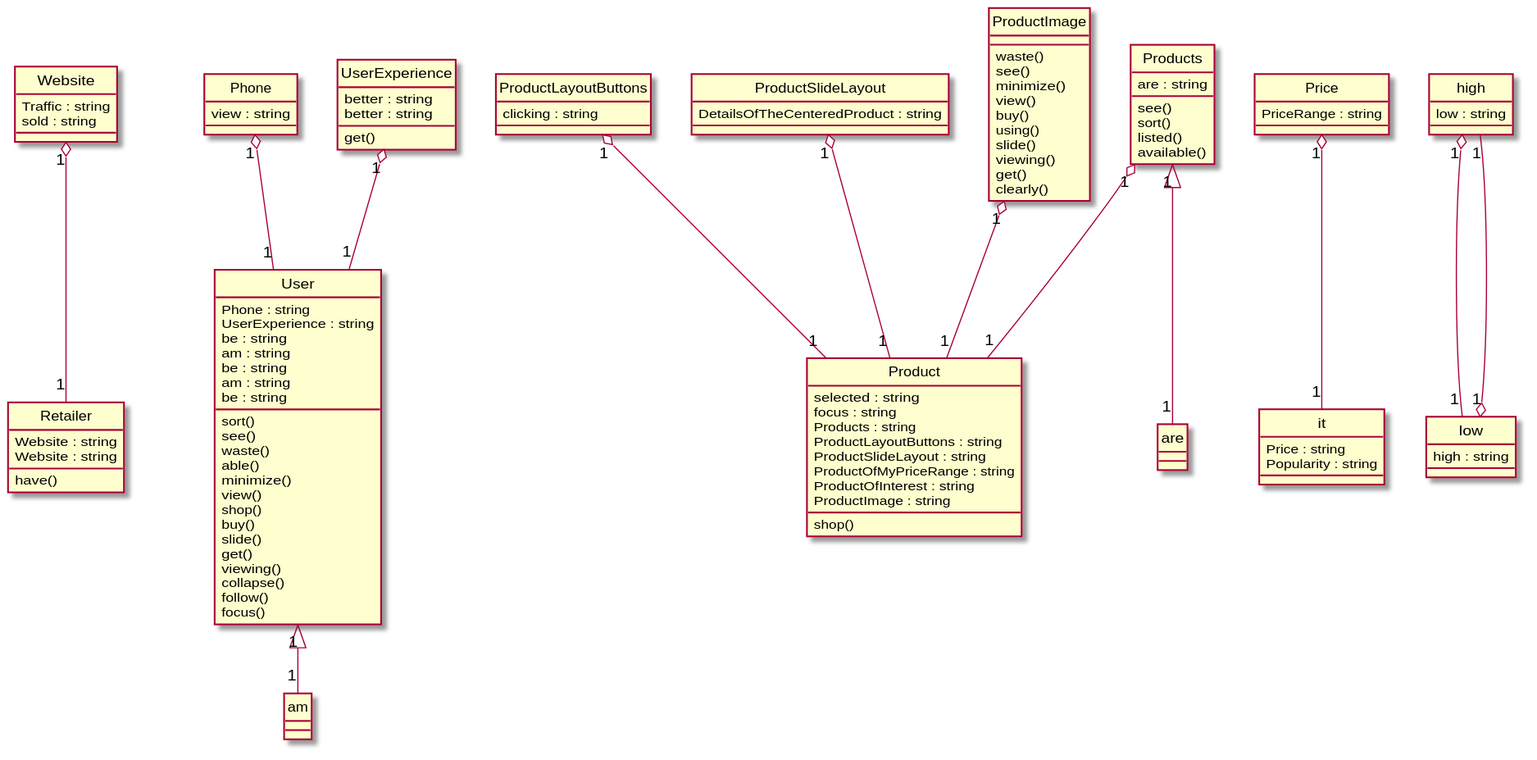
xixixhalu/DomainModelExtractor keeps this PlantUML diagram as Diagrams/2016-USC-Project01.svg. Above is the earlier version. Source of this version:
```plantuml
@startuml
hide circle
class Website {
	Traffic : string
	sold : string
}
class Retailer {
	Website : string
	Website : string
	have()
}
class Phone {
	view : string
}
class User {
	Phone : string
	UserExperience : string
	be : string
	am : string
	be : string
	am : string
	be : string
	sort()
	see()
	waste()
	able()
	minimize()
	view()
	shop()
	buy()
	slide()
	get()
	viewing()
	collapse()
	follow()
	focus()
}
class UserExperience {
	better : string
	better : string
	get()
}
class ProductLayoutButtons {
	clicking : string
}
class ProductSlideLayout {
	DetailsOfTheCenteredProduct : string
}
class it {
	Price : string
	Popularity : string
}
class high {
	low : string
}
class low {
	high : string
}
class Product {
	selected : string
	focus : string
	Products : string
	ProductLayoutButtons : string
	ProductSlideLayout : string
	ProductOfMyPriceRange : string
	ProductOfInterest : string
	ProductImage : string
	shop()
}
class Price {
	PriceRange : string
}
class Products {
	are : string
	see()
	sort()
	listed()
	available()
}
class ProductImage {
	waste()
	see()
	minimize()
	view()
	buy()
	using()
	slide()
	viewing()
	get()
	clearly()
}
high "1" o-- "1" low
Price "1" o-- "1" it
UserExperience "1" o-- "1" User
Website "1" o-- "1" Retailer
Products "1" o-- "1" Product
ProductLayoutButtons "1" o-- "1" Product
User "1" <|-- "1" am
low "1" o-- "1" high
ProductSlideLayout "1" o-- "1" Product
Phone "1" o-- "1" User
Products "1" <|-- "1" are
ProductImage "1" o-- "1" Product
@enduml
```
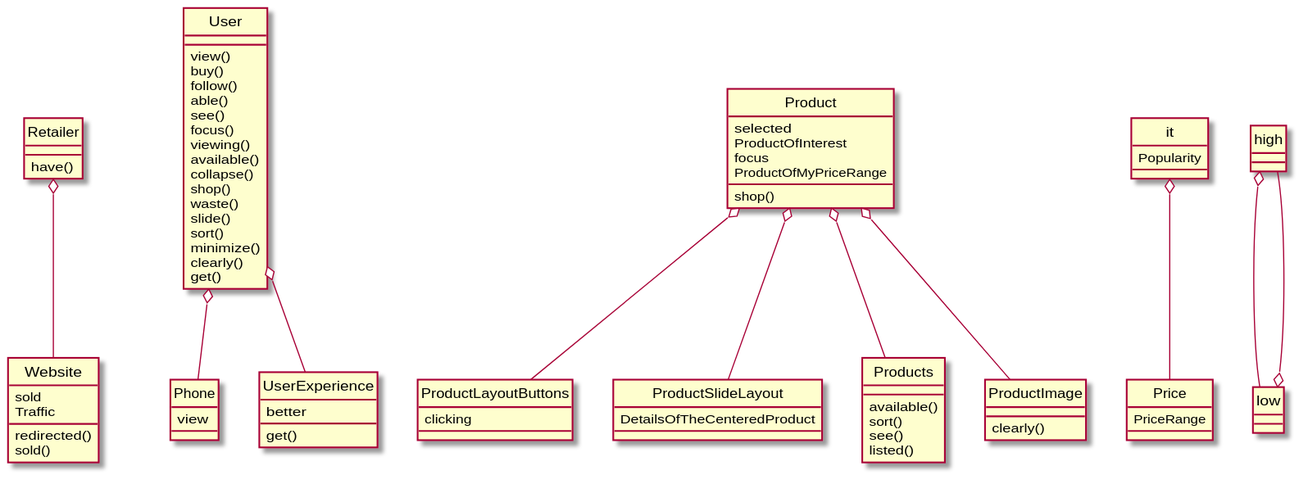
After the commit.

Diff of the diagram source:
```diff
@@ -1,104 +1,79 @@
 @startuml
 hide circle
 class Website {
-	Traffic : string
-	sold : string
+	sold
+	Traffic
+	redirected()
+	sold()
 }
 class Retailer {
-	Website : string
-	Website : string
 	have()
 }
 class Phone {
-	view : string
+	view
 }
 class User {
-	Phone : string
-	UserExperience : string
-	be : string
-	am : string
-	be : string
-	am : string
-	be : string
+	view()
+	buy()
+	follow()
+	able()
+	see()
+	focus()
+	viewing()
+	available()
+	collapse()
+	shop()
+	waste()
+	slide()
 	sort()
-	see()
-	waste()
-	able()
 	minimize()
-	view()
-	shop()
-	buy()
-	slide()
+	clearly()
 	get()
-	viewing()
-	collapse()
-	follow()
-	focus()
 }
 class UserExperience {
-	better : string
-	better : string
+	better
 	get()
 }
 class ProductLayoutButtons {
-	clicking : string
+	clicking
 }
 class ProductSlideLayout {
-	DetailsOfTheCenteredProduct : string
+	DetailsOfTheCenteredProduct
 }
 class it {
-	Price : string
-	Popularity : string
+	Popularity
 }
 class high {
-	low : string
 }
 class low {
-	high : string
 }
 class Product {
-	selected : string
-	focus : string
-	Products : string
-	ProductLayoutButtons : string
-	ProductSlideLayout : string
-	ProductOfMyPriceRange : string
-	ProductOfInterest : string
-	ProductImage : string
+	selected
+	ProductOfInterest
+	focus
+	ProductOfMyPriceRange
 	shop()
 }
 class Price {
-	PriceRange : string
+	PriceRange
 }
 class Products {
-	are : string
+	available()
+	sort()
 	see()
-	sort()
 	listed()
-	available()
 }
 class ProductImage {
-	waste()
-	see()
-	minimize()
-	view()
-	buy()
-	using()
-	slide()
-	viewing()
-	get()
 	clearly()
 }
-high "1" o-- "1" low
-Price "1" o-- "1" it
-UserExperience "1" o-- "1" User
-Website "1" o-- "1" Retailer
-Products "1" o-- "1" Product
-ProductLayoutButtons "1" o-- "1" Product
-User "1" <|-- "1" am
-low "1" o-- "1" high
-ProductSlideLayout "1" o-- "1" Product
-Phone "1" o-- "1" User
-Products "1" <|-- "1" are
-ProductImage "1" o-- "1" Product
+low o-- high
+Retailer o-- Website
+Product o-- ProductLayoutButtons
+User o-- Phone
+Product o-- ProductSlideLayout
+User o-- UserExperience
+Product o-- Products
+it o-- Price
+Product o-- ProductImage
+high o-- low
 @enduml
```
